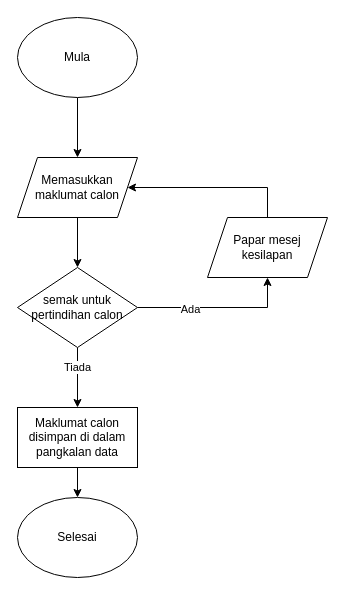
Above: page "admin-calon" (2 of 8) of admin-flow.drawio in izqalan/drawio (draw.io), before the change. Source tidied: cells renumbered, new cells numbered last; positions are measured from the earlier drawing's top-left corner, leaving out a move shared by most shapes. Both pictures are drawn from the tidied source at 100%, with x=0, y=0 at pixel (17, 17).
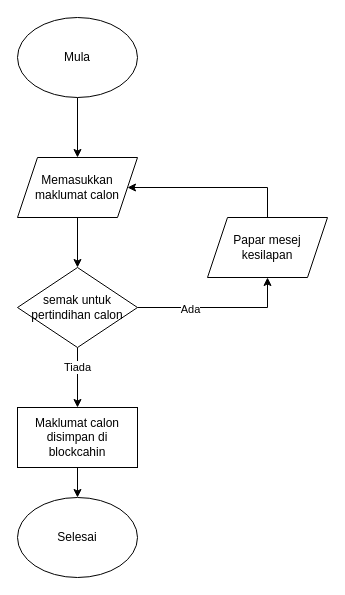
The same page after the edit.

Change to the diagram source:
```diff
@@
 <mxGraphModel>
   <root>
     <mxCell id="0" />
     <mxCell id="1" parent="0" />
     <mxCell id="2" style="edgeStyle=orthogonalEdgeStyle;rounded=0;jettySize=auto;html=1;" parent="1" edge="1" source="3" target="5">
       <mxGeometry relative="1" as="geometry" />
     </mxCell>
     <mxCell id="3" value="Mula" style="ellipse;whiteSpace=wrap;html=1;" parent="1" vertex="1">
       <mxGeometry width="120" height="80" as="geometry" />
     </mxCell>
     <mxCell id="4" style="edgeStyle=orthogonalEdgeStyle;rounded=0;jettySize=auto;html=1;" parent="1" edge="1" source="5" target="9">
       <mxGeometry relative="1" as="geometry" />
     </mxCell>
     <mxCell id="5" value="Memasukkan maklumat calon" style="shape=parallelogram;perimeter=parallelogramPerimeter;whiteSpace=wrap;html=1;fixedSize=1;" parent="1" vertex="1">
       <mxGeometry y="140" width="120" height="60" as="geometry" />
     </mxCell>
     <mxCell id="6" value="Tiada" style="edgeStyle=orthogonalEdgeStyle;rounded=0;jettySize=auto;html=1;" parent="1" edge="1" source="9" target="11">
       <mxGeometry x="-0.33" relative="1" as="geometry" />
     </mxCell>
     <mxCell id="7" style="edgeStyle=orthogonalEdgeStyle;rounded=0;jettySize=auto;html=1;entryX=0.5;entryY=1;entryDx=0;entryDy=0;" parent="1" edge="1" source="9" target="14">
       <mxGeometry relative="1" as="geometry" />
     </mxCell>
     <mxCell id="8" value="Ada" style="edgeLabel;html=1;align=center;verticalAlign=middle;" parent="7" vertex="1">
       <mxGeometry x="-0.35" y="-1" relative="1" as="geometry" />
     </mxCell>
     <mxCell id="9" value="semak untuk pertindihan calon" style="rhombus;whiteSpace=wrap;html=1;" parent="1" vertex="1">
       <mxGeometry y="250" width="120" height="80" as="geometry" />
     </mxCell>
     <mxCell id="10" style="edgeStyle=orthogonalEdgeStyle;rounded=0;jettySize=auto;html=1;" parent="1" edge="1" source="11" target="12">
       <mxGeometry relative="1" as="geometry" />
     </mxCell>
-    <mxCell id="11" value="Maklumat calon disimpan di dalam pangkalan data" style="rounded=0;whiteSpace=wrap;html=1;" parent="1" vertex="1">
+    <mxCell id="11" value="Maklumat calon disimpan di blockcahin" style="rounded=0;whiteSpace=wrap;html=1;" parent="1" vertex="1">
       <mxGeometry y="390" width="120" height="60" as="geometry" />
     </mxCell>
     <mxCell id="12" value="Selesai" style="ellipse;whiteSpace=wrap;html=1;" parent="1" vertex="1">
       <mxGeometry y="480" width="120" height="80" as="geometry" />
     </mxCell>
     <mxCell id="13" style="edgeStyle=orthogonalEdgeStyle;rounded=0;jettySize=auto;html=1;entryX=1;entryY=0.5;entryDx=0;entryDy=0;" parent="1" edge="1" source="14" target="5">
       <mxGeometry relative="1" as="geometry">
         <Array as="points">
           <mxPoint x="250" y="170" />
         </Array>
       </mxGeometry>
     </mxCell>
     <mxCell id="14" value="Papar mesej kesilapan" style="shape=parallelogram;perimeter=parallelogramPerimeter;whiteSpace=wrap;html=1;fixedSize=1;" parent="1" vertex="1">
       <mxGeometry x="190" y="200" width="120" height="60" as="geometry" />
     </mxCell>
   </root>
 </mxGraphModel>
```
